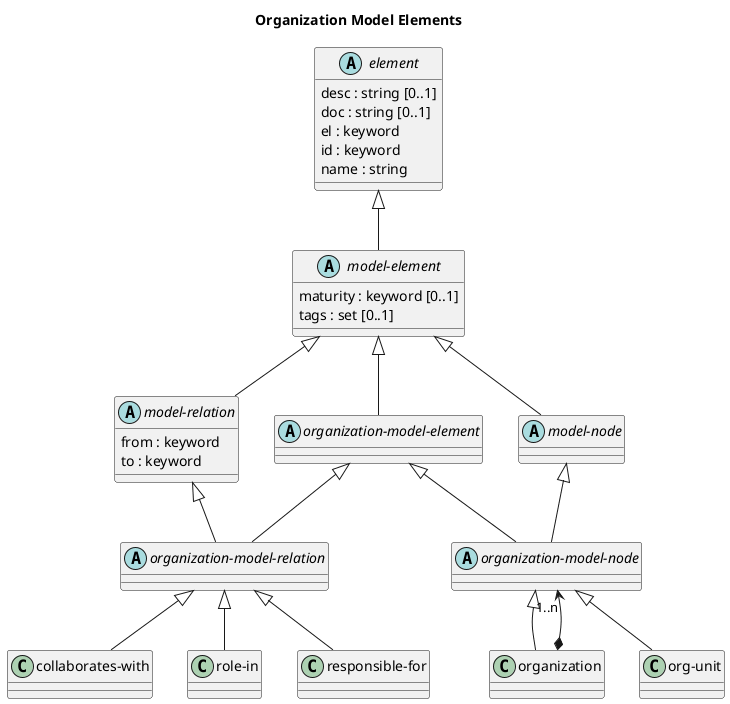
The PlantUML diagram docs/overarch/data-model/organization-model-elements.png in soulspace-org/overarch, before a commit. The source it was exported from:
```plantuml
@startuml organization-model-elements






title Organization Model Elements

abstract class "organization-model-relation" as overarch_dataModel_organizationModelRelation {}
abstract class "model-element" as overarch_dataModel_modelElement {
  maturity : keyword [0..1]
  tags : set [0..1]
}
class "org-unit" as overarch_dataModel_orgUnit {}
abstract class "organization-model-element" as overarch_dataModel_organizationModelElement {}
class "collaborates-with" as overarch_dataModel_collaboratesWith {}
class "role-in" as overarch_dataModel_roleIn {}
abstract class "model-node" as overarch_dataModel_modelNode {}
class "responsible-for" as overarch_dataModel_responsibleFor {}
abstract class "model-relation" as overarch_dataModel_modelRelation {
  from : keyword
  to : keyword
}
class "organization" as overarch_dataModel_organization {}
abstract class "element" as overarch_dataModel_element {
  desc : string [0..1]
  doc : string [0..1]
  el : keyword
  id : keyword
  name : string
}
abstract class "organization-model-node" as overarch_dataModel_organizationModelNode {}
overarch_dataModel_element <|-- overarch_dataModel_modelElement
overarch_dataModel_modelElement <|-- overarch_dataModel_modelNode
overarch_dataModel_organization *-->  "1..n" overarch_dataModel_organizationModelNode
overarch_dataModel_modelRelation <|-- overarch_dataModel_organizationModelRelation
overarch_dataModel_organizationModelElement <|-- overarch_dataModel_organizationModelNode
overarch_dataModel_organizationModelRelation <|-- overarch_dataModel_collaboratesWith
overarch_dataModel_modelElement <|-- overarch_dataModel_modelRelation
overarch_dataModel_organizationModelElement <|-- overarch_dataModel_organizationModelRelation
overarch_dataModel_modelElement <|-- overarch_dataModel_organizationModelElement
overarch_dataModel_organizationModelNode <|-- overarch_dataModel_orgUnit
overarch_dataModel_organizationModelRelation <|-- overarch_dataModel_responsibleFor
overarch_dataModel_organizationModelRelation <|-- overarch_dataModel_roleIn
overarch_dataModel_modelNode <|-- overarch_dataModel_organizationModelNode
overarch_dataModel_organizationModelNode <|-- overarch_dataModel_organization
@enduml
```
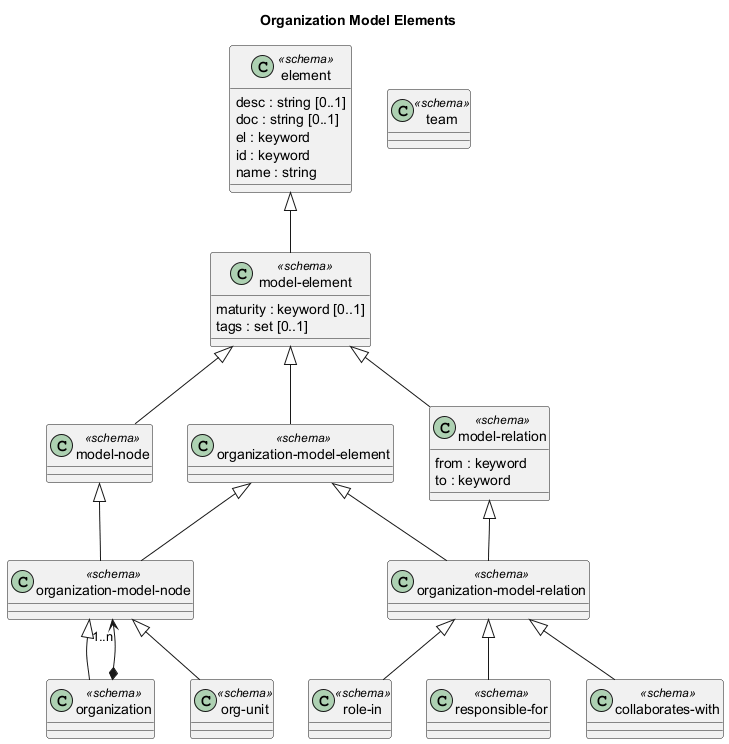
After the commit.

Change to the diagram source:
```diff
@@ -7,30 +7,31 @@
 
 title Organization Model Elements
 
-abstract class "organization-model-relation" as overarch_dataModel_organizationModelRelation {}
-abstract class "model-element" as overarch_dataModel_modelElement {
+class "model-element" as overarch_dataModel_modelElement <<schema>> {
   maturity : keyword [0..1]
   tags : set [0..1]
 }
-class "org-unit" as overarch_dataModel_orgUnit {}
-abstract class "organization-model-element" as overarch_dataModel_organizationModelElement {}
-class "collaborates-with" as overarch_dataModel_collaboratesWith {}
-class "role-in" as overarch_dataModel_roleIn {}
-abstract class "model-node" as overarch_dataModel_modelNode {}
-class "responsible-for" as overarch_dataModel_responsibleFor {}
-abstract class "model-relation" as overarch_dataModel_modelRelation {
-  from : keyword
-  to : keyword
-}
-class "organization" as overarch_dataModel_organization {}
-abstract class "element" as overarch_dataModel_element {
+class "organization-model-node" as overarch_dataModel_organizationModelNode <<schema>> {}
+class "organization" as overarch_dataModel_organization <<schema>> {}
+class "organization-model-relation" as overarch_dataModel_organizationModelRelation <<schema>> {}
+class "team" as overarch_dataModel_team <<schema>> {}
+class "role-in" as overarch_dataModel_roleIn <<schema>> {}
+class "organization-model-element" as overarch_dataModel_organizationModelElement <<schema>> {}
+class "responsible-for" as overarch_dataModel_responsibleFor <<schema>> {}
+class "model-node" as overarch_dataModel_modelNode <<schema>> {}
+class "element" as overarch_dataModel_element <<schema>> {
   desc : string [0..1]
   doc : string [0..1]
   el : keyword
   id : keyword
   name : string
 }
-abstract class "organization-model-node" as overarch_dataModel_organizationModelNode {}
+class "collaborates-with" as overarch_dataModel_collaboratesWith <<schema>> {}
+class "model-relation" as overarch_dataModel_modelRelation <<schema>> {
+  from : keyword
+  to : keyword
+}
+class "org-unit" as overarch_dataModel_orgUnit <<schema>> {}
 overarch_dataModel_element <|-- overarch_dataModel_modelElement
 overarch_dataModel_modelElement <|-- overarch_dataModel_modelNode
 overarch_dataModel_organization *-->  "1..n" overarch_dataModel_organizationModelNode
```
